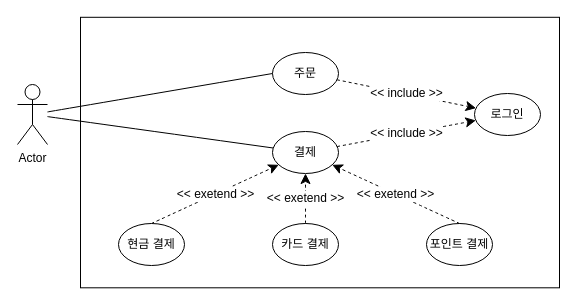
Earlier version of the draw.io diagram 유스케이스 예시.drawio (hunnypooh/drawio). Source tidied: cells renumbered, new cells numbered last; positions are measured from the earlier drawing's top-left corner, leaving out a move shared by most shapes. Both pictures are drawn from the tidied source at 100%, with x=0, y=0 at pixel (17, 17).
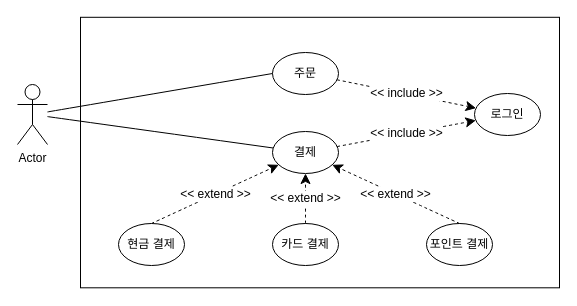
After the change.

Commit message (it also covers changes not shown here):
유스케이스 예시.drawio 업데이트

The edit, as a diff of the source:
```diff
@@
 <mxGraphModel>
   <root>
     <mxCell id="0" />
     <mxCell id="1" parent="0" />
+    <mxCell id="16" style="rounded=0;whiteSpace=wrap;html=1;strokeColor=default;align=center;verticalAlign=middle;fontFamily=Helvetica;fontSize=12;fontColor=default;fillColor=none;" parent="1" vertex="1">
+      <mxGeometry x="63" y="-0.2" width="479" height="270.5" as="geometry" />
+    </mxCell>
     <mxCell id="2" value="Actor" style="shape=umlActor;verticalLabelPosition=bottom;verticalAlign=top;html=1;outlineConnect=0;" parent="1" vertex="1">
       <mxGeometry y="67" width="30" height="60" as="geometry" />
     </mxCell>
     <mxCell id="3" value="주문" style="ellipse;whiteSpace=wrap;html=1;" parent="1" vertex="1">
       <mxGeometry x="255" y="35" width="66" height="42" as="geometry" />
     </mxCell>
     <mxCell id="4" value="결제" style="ellipse;whiteSpace=wrap;html=1;" parent="1" vertex="1">
       <mxGeometry x="255" y="114" width="66" height="42" as="geometry" />
     </mxCell>
-    <mxCell id="5" value="&amp;lt;&amp;lt; exetend &amp;gt;&amp;gt;" style="edgeStyle=none;curved=1;rounded=0;jettySize=auto;html=1;exitX=0.5;exitY=0;exitDx=0;exitDy=0;fontSize=12;startSize=8;endSize=8;dashed=1;" parent="1" edge="1" source="6" target="4">
+    <mxCell id="5" value="&amp;lt;&amp;lt; extend &amp;gt;&amp;gt;" style="edgeStyle=none;curved=1;rounded=0;jettySize=auto;html=1;exitX=0.5;exitY=0;exitDx=0;exitDy=0;fontSize=12;startSize=8;endSize=8;dashed=1;" parent="1" edge="1" source="6" target="4">
       <mxGeometry relative="1" as="geometry" />
     </mxCell>
     <mxCell id="6" value="현금 결제" style="ellipse;whiteSpace=wrap;html=1;" parent="1" vertex="1">
       <mxGeometry x="101" y="206" width="66" height="42" as="geometry" />
     </mxCell>
     <mxCell id="7" value="카드 결제" style="ellipse;whiteSpace=wrap;html=1;" parent="1" vertex="1">
       <mxGeometry x="255" y="206" width="66" height="42" as="geometry" />
     </mxCell>
     <mxCell id="8" value="포인트 결제" style="ellipse;whiteSpace=wrap;html=1;" parent="1" vertex="1">
       <mxGeometry x="409" y="206" width="66" height="42" as="geometry" />
     </mxCell>
     <mxCell id="9" style="endArrow=none;html=1;rounded=0;fontSize=12;startSize=8;endSize=8;curved=1;entryX=0;entryY=0.5;entryDx=0;entryDy=0;" parent="1" edge="1" source="2" target="3">
       <mxGeometry relative="1" as="geometry" />
     </mxCell>
     <mxCell id="10" style="endArrow=none;html=1;rounded=0;fontSize=12;startSize=8;endSize=8;curved=1;" parent="1" edge="1" source="2" target="4">
       <mxGeometry relative="1" as="geometry" />
     </mxCell>
-    <mxCell id="11" value="&amp;lt;&amp;lt; exetend &amp;gt;&amp;gt;" style="edgeStyle=none;curved=1;rounded=0;jettySize=auto;html=1;fontSize=12;startSize=8;endSize=8;dashed=1;entryX=0.5;entryY=1;entryDx=0;entryDy=0;" parent="1" edge="1" source="7" target="4">
+    <mxCell id="11" value="&amp;lt;&amp;lt; extend &amp;gt;&amp;gt;" style="edgeStyle=none;curved=1;rounded=0;jettySize=auto;html=1;fontSize=12;startSize=8;endSize=8;dashed=1;entryX=0.5;entryY=1;entryDx=0;entryDy=0;" parent="1" edge="1" source="7" target="4">
       <mxGeometry relative="1" as="geometry" />
     </mxCell>
-    <mxCell id="12" value="&amp;lt;&amp;lt; exetend &amp;gt;&amp;gt;" style="edgeStyle=none;curved=1;rounded=0;jettySize=auto;html=1;fontSize=12;startSize=8;endSize=8;dashed=1;exitX=0.5;exitY=0;exitDx=0;exitDy=0;" parent="1" edge="1" source="8" target="4">
+    <mxCell id="12" value="&amp;lt;&amp;lt; extend &amp;gt;&amp;gt;" style="edgeStyle=none;curved=1;rounded=0;jettySize=auto;html=1;fontSize=12;startSize=8;endSize=8;dashed=1;exitX=0.5;exitY=0;exitDx=0;exitDy=0;" parent="1" edge="1" source="8" target="4">
       <mxGeometry relative="1" as="geometry" />
     </mxCell>
     <mxCell id="13" value="로그인" style="ellipse;whiteSpace=wrap;html=1;" parent="1" vertex="1">
       <mxGeometry x="457" y="76" width="66" height="42" as="geometry" />
     </mxCell>
     <mxCell id="14" value="&amp;lt;&amp;lt; include &amp;gt;&amp;gt;" style="edgeStyle=none;curved=1;rounded=0;jettySize=auto;html=1;fontSize=12;startSize=8;endSize=8;dashed=1;" parent="1" edge="1" source="3" target="13">
       <mxGeometry relative="1" as="geometry" />
     </mxCell>
     <mxCell id="15" value="&amp;lt;&amp;lt; include &amp;gt;&amp;gt;" style="edgeStyle=none;curved=1;rounded=0;jettySize=auto;html=1;fontSize=12;startSize=8;endSize=8;dashed=1;" parent="1" edge="1" source="4" target="13">
       <mxGeometry relative="1" as="geometry" />
     </mxCell>
-    <mxCell id="16" style="rounded=0;whiteSpace=wrap;html=1;strokeColor=default;align=center;verticalAlign=middle;fontFamily=Helvetica;fontSize=12;fontColor=default;fillColor=none;" parent="1" vertex="1">
-      <mxGeometry x="63" y="-0.2" width="479" height="270.5" as="geometry" />
-    </mxCell>
   </root>
 </mxGraphModel>
```
